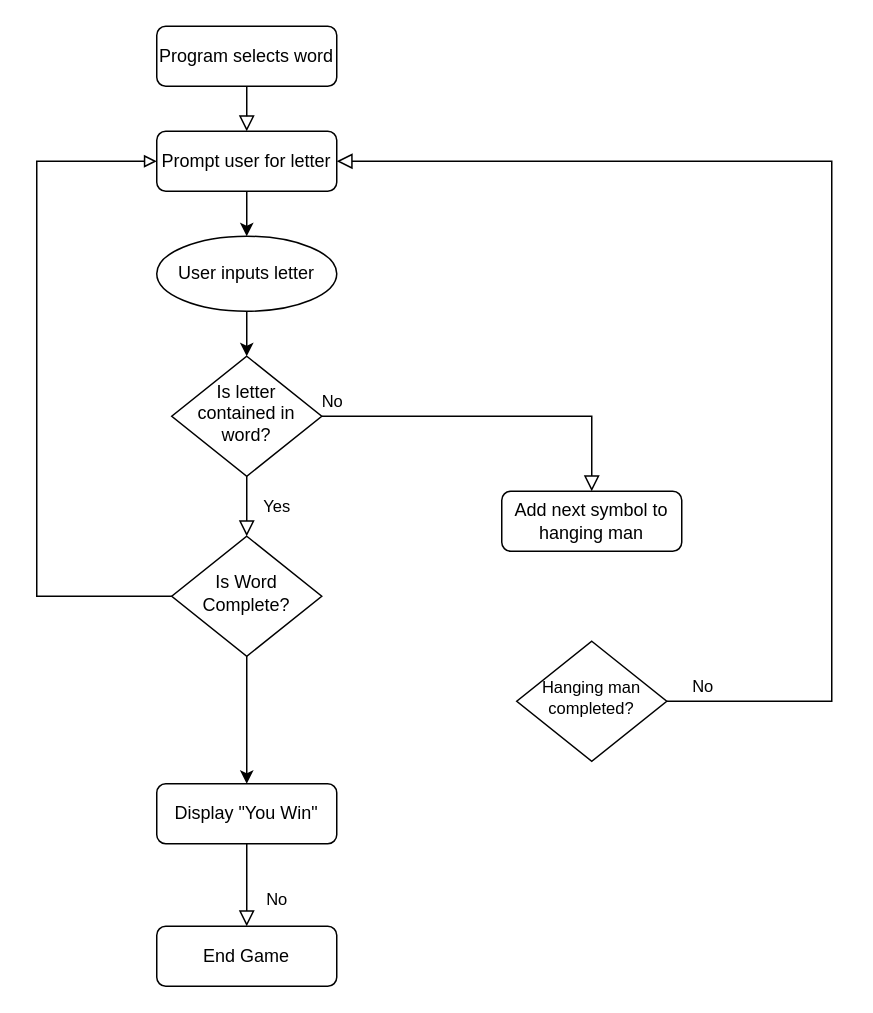
Before: Untitled Diagram.drawio in njineermikey1/Hangman-Game, a draw.io diagram. Source tidied: cells renumbered, new cells numbered last; positions are measured from the earlier drawing's top-left corner, leaving out a move shared by most shapes. Both pictures are drawn from the tidied source at 150%, with x=0, y=0 at pixel (36, 26).
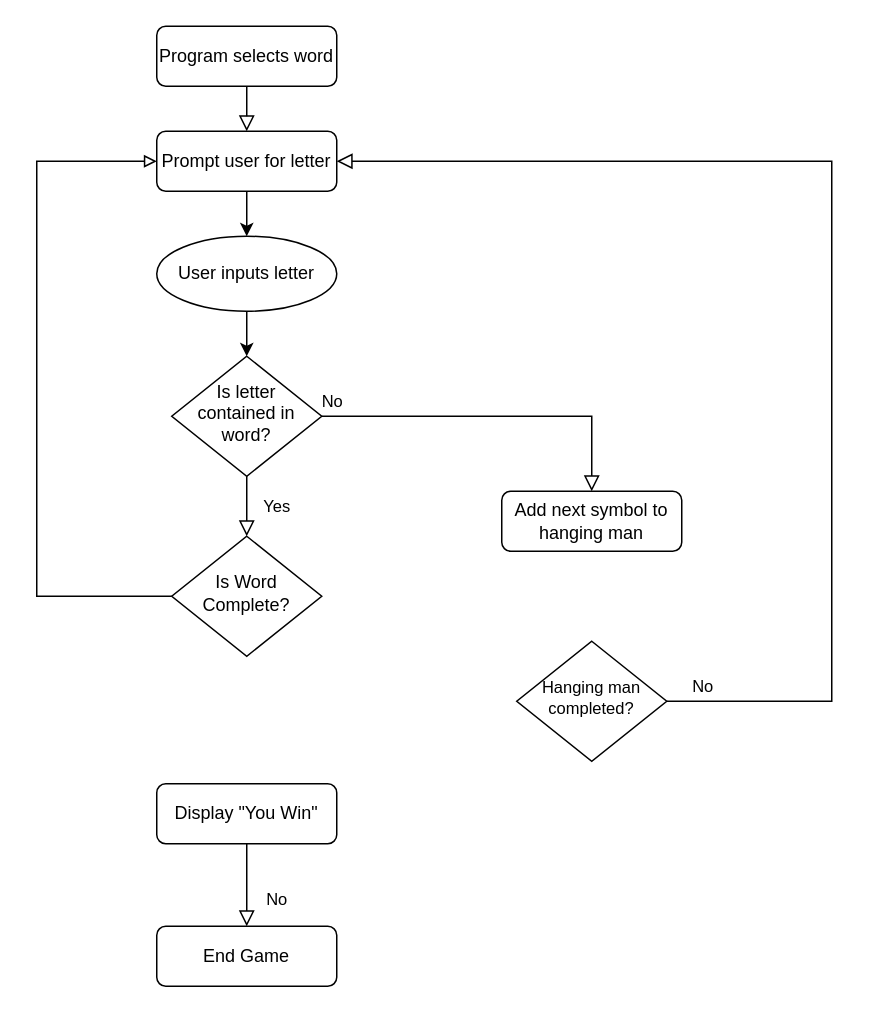
The same diagram, later.

The change refers to these unchanged cells:
```xml
<mxCell id="16" value="Is Word Complete?" style="rhombus;whiteSpace=wrap;html=1;shadow=0;fontFamily=Helvetica;fontSize=12;align=center;strokeWidth=1;spacing=6;spacingTop=-4;" parent="1" vertex="1">
  <mxGeometry x="90" y="340" width="100" height="80" as="geometry" />
</mxCell>
<mxCell id="17" value="Display &quot;You Win&quot;" style="rounded=1;whiteSpace=wrap;html=1;fontSize=12;glass=0;strokeWidth=1;shadow=0;" parent="1" vertex="1">
  <mxGeometry x="80" y="505" width="120" height="40" as="geometry" />
</mxCell>
```

Change to the diagram source:
```diff
@@
-    <mxCell id="18" style="endArrow=classic;html=1;rounded=0;fontSize=11;exitX=0.5;exitY=1;exitDx=0;exitDy=0;entryX=0.5;entryY=0;entryDx=0;entryDy=0;" parent="1" edge="1" source="16" target="17">
-      <mxGeometry relative="1" as="geometry" />
-    </mxCell>
```
